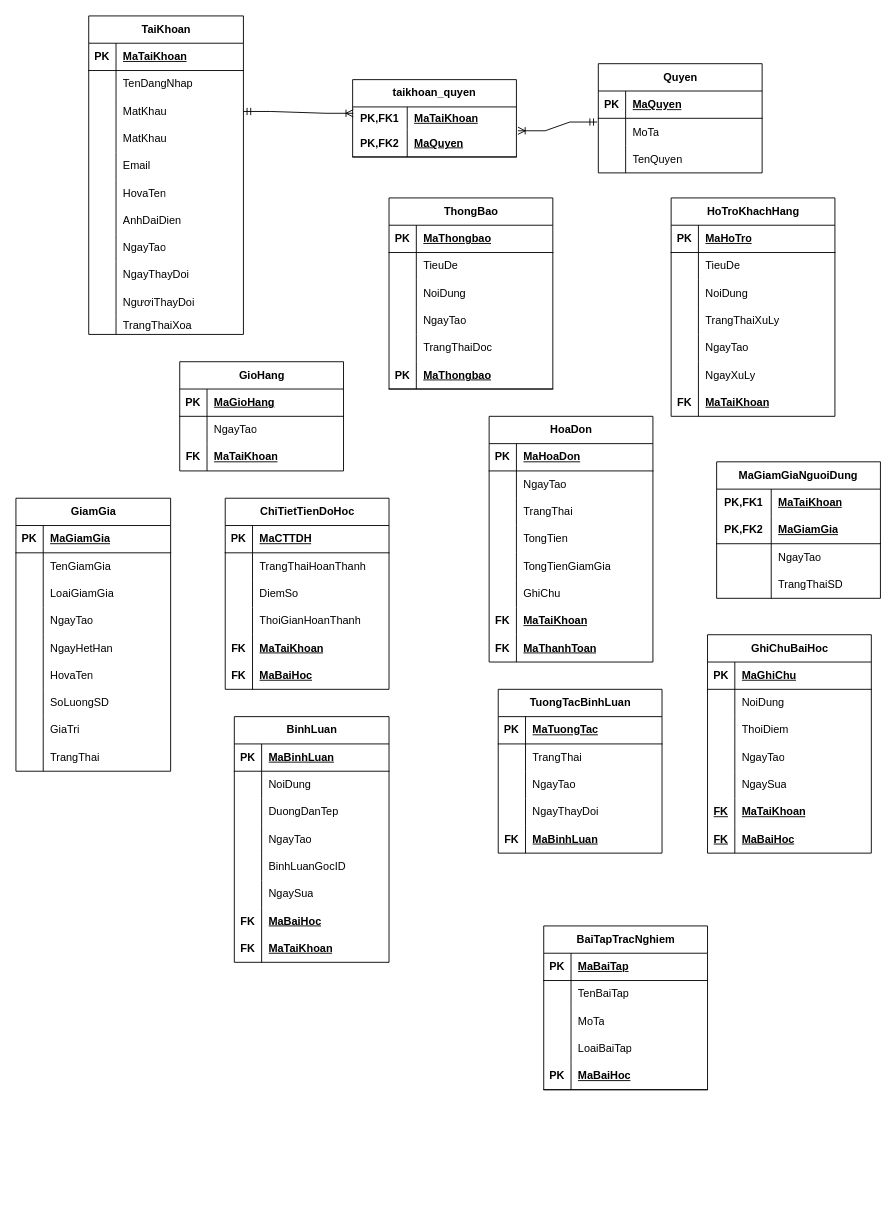
The draw.io diagram eLearningDatabse.drawio in trantrung28122003/database, before the edit. Source tidied: cells renumbered, new cells numbered last; positions are measured from the earlier drawing's top-left corner, leaving out a move shared by most shapes. Both pictures are drawn from the tidied source at 91%, with x=0, y=0 at pixel (15, 15).
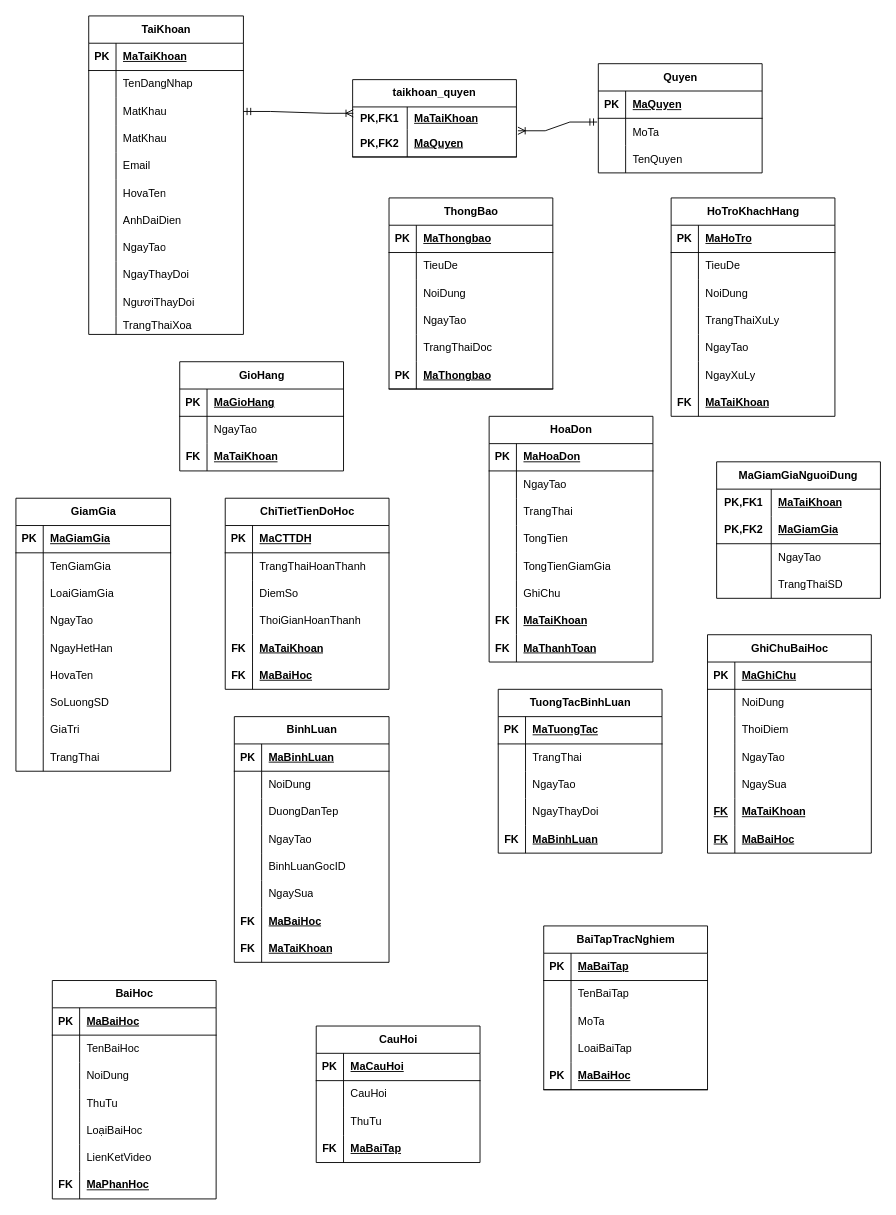
The same page after the edit.

Commit message (it also covers changes not shown here):
Cập nhật eLearningDatabse.drawio

Change to the diagram source:
```diff
@@
+    <mxCell id="270" value="BaiHoc" style="shape=table;startSize=30;childLayout=tableLayout;rowLines=0;fontStyle=1;align=center;html=1;" parent="1" vertex="1">
+      <mxGeometry x="40" y="1060" width="180" height="240" as="geometry" />
+    </mxCell>
+    <mxCell id="271" style="shape=tableRow;horizontal=0;startSize=0;swimlaneHead=0;swimlaneBody=0;fillColor=none;top=0;left=0;right=0;bottom=1;" parent="270" vertex="1">
+      <mxGeometry y="30" width="180" height="30" as="geometry" />
+    </mxCell>
+    <mxCell id="272" value="PK" style="shape=partialRectangle;fillColor=none;top=0;left=0;bottom=0;right=0;fontStyle=1;overflow=hidden;whiteSpace=wrap;html=1;" parent="271" vertex="1">
+      <mxGeometry width="30" height="30" as="geometry" />
+    </mxCell>
+    <mxCell id="273" value="MaBaiHoc" style="shape=partialRectangle;fillColor=none;top=0;left=0;bottom=0;right=0;align=left;spacingLeft=6;fontStyle=5;overflow=hidden;whiteSpace=wrap;html=1;" parent="271" vertex="1">
+      <mxGeometry x="30" width="150" height="30" as="geometry" />
+    </mxCell>
+    <mxCell id="274" style="shape=tableRow;horizontal=0;startSize=0;swimlaneHead=0;swimlaneBody=0;fillColor=none;top=0;left=0;right=0;bottom=0;" parent="270" vertex="1">
+      <mxGeometry y="60" width="180" height="30" as="geometry" />
+    </mxCell>
+    <mxCell id="275" style="shape=partialRectangle;fillColor=none;top=0;left=0;bottom=0;right=0;overflow=hidden;whiteSpace=wrap;html=1;" parent="274" vertex="1">
+      <mxGeometry width="30" height="30" as="geometry" />
+    </mxCell>
+    <mxCell id="276" value="TenBaiHoc" style="shape=partialRectangle;fillColor=none;top=0;left=0;bottom=0;right=0;align=left;spacingLeft=6;overflow=hidden;whiteSpace=wrap;html=1;" parent="274" vertex="1">
+      <mxGeometry x="30" width="150" height="30" as="geometry" />
+    </mxCell>
+    <mxCell id="277" style="shape=tableRow;horizontal=0;startSize=0;swimlaneHead=0;swimlaneBody=0;fillColor=none;top=0;left=0;right=0;bottom=0;" parent="270" vertex="1">
+      <mxGeometry y="90" width="180" height="30" as="geometry" />
+    </mxCell>
+    <mxCell id="278" style="shape=partialRectangle;fillColor=none;top=0;left=0;bottom=0;right=0;overflow=hidden;whiteSpace=wrap;html=1;" parent="277" vertex="1">
+      <mxGeometry width="30" height="30" as="geometry" />
+    </mxCell>
+    <mxCell id="279" value="NoiDung" style="shape=partialRectangle;fillColor=none;top=0;left=0;bottom=0;right=0;align=left;spacingLeft=6;overflow=hidden;whiteSpace=wrap;html=1;" parent="277" vertex="1">
+      <mxGeometry x="30" width="150" height="30" as="geometry" />
+    </mxCell>
+    <mxCell id="280" style="shape=tableRow;horizontal=0;startSize=0;swimlaneHead=0;swimlaneBody=0;fillColor=none;top=0;left=0;right=0;bottom=0;" parent="270" vertex="1">
+      <mxGeometry y="120" width="180" height="30" as="geometry" />
+    </mxCell>
+    <mxCell id="281" style="shape=partialRectangle;fillColor=none;top=0;left=0;bottom=0;right=0;overflow=hidden;whiteSpace=wrap;html=1;" parent="280" vertex="1">
+      <mxGeometry width="30" height="30" as="geometry" />
+    </mxCell>
+    <mxCell id="282" value="ThuTu" style="shape=partialRectangle;fillColor=none;top=0;left=0;bottom=0;right=0;align=left;spacingLeft=6;overflow=hidden;whiteSpace=wrap;html=1;" parent="280" vertex="1">
+      <mxGeometry x="30" width="150" height="30" as="geometry" />
+    </mxCell>
+    <mxCell id="283" style="shape=tableRow;horizontal=0;startSize=0;swimlaneHead=0;swimlaneBody=0;fillColor=none;top=0;left=0;right=0;bottom=0;" parent="270" vertex="1">
+      <mxGeometry y="150" width="180" height="30" as="geometry" />
+    </mxCell>
+    <mxCell id="284" style="shape=partialRectangle;fillColor=none;top=0;left=0;bottom=0;right=0;overflow=hidden;whiteSpace=wrap;html=1;" parent="283" vertex="1">
+      <mxGeometry width="30" height="30" as="geometry" />
+    </mxCell>
+    <mxCell id="285" value="LoạiBaiHoc" style="shape=partialRectangle;fillColor=none;top=0;left=0;bottom=0;right=0;align=left;spacingLeft=6;overflow=hidden;whiteSpace=wrap;html=1;" parent="283" vertex="1">
+      <mxGeometry x="30" width="150" height="30" as="geometry" />
+    </mxCell>
+    <mxCell id="286" style="shape=tableRow;horizontal=0;startSize=0;swimlaneHead=0;swimlaneBody=0;fillColor=none;top=0;left=0;right=0;bottom=0;" parent="270" vertex="1">
+      <mxGeometry y="180" width="180" height="30" as="geometry" />
+    </mxCell>
+    <mxCell id="287" style="shape=partialRectangle;fillColor=none;top=0;left=0;bottom=0;right=0;overflow=hidden;whiteSpace=wrap;html=1;" parent="286" vertex="1">
+      <mxGeometry width="30" height="30" as="geometry" />
+    </mxCell>
+    <mxCell id="288" value="LienKetVideo" style="shape=partialRectangle;fillColor=none;top=0;left=0;bottom=0;right=0;align=left;spacingLeft=6;overflow=hidden;whiteSpace=wrap;html=1;" parent="286" vertex="1">
+      <mxGeometry x="30" width="150" height="30" as="geometry" />
+    </mxCell>
+    <mxCell id="289" style="shape=tableRow;horizontal=0;startSize=0;swimlaneHead=0;swimlaneBody=0;fillColor=none;top=0;left=0;right=0;bottom=0;" parent="270" vertex="1">
+      <mxGeometry y="210" width="180" height="30" as="geometry" />
+    </mxCell>
+    <mxCell id="290" value="&lt;b&gt;FK&lt;/b&gt;" style="shape=partialRectangle;fillColor=none;top=0;left=0;bottom=0;right=0;overflow=hidden;whiteSpace=wrap;html=1;" parent="289" vertex="1">
+      <mxGeometry width="30" height="30" as="geometry" />
+    </mxCell>
+    <mxCell id="291" value="&lt;b&gt;&lt;u&gt;MaPhanHoc&lt;/u&gt;&lt;/b&gt;" style="shape=partialRectangle;fillColor=none;top=0;left=0;bottom=0;right=0;align=left;spacingLeft=6;overflow=hidden;whiteSpace=wrap;html=1;" parent="289" vertex="1">
+      <mxGeometry x="30" width="150" height="30" as="geometry" />
+    </mxCell>
+    <mxCell id="292" value="CauHoi" style="shape=table;startSize=30;childLayout=tableLayout;rowLines=0;fontStyle=1;align=center;html=1;" parent="1" vertex="1">
+      <mxGeometry x="330" y="1110" width="180" height="150" as="geometry" />
+    </mxCell>
+    <mxCell id="293" style="shape=tableRow;horizontal=0;startSize=0;swimlaneHead=0;swimlaneBody=0;fillColor=none;top=0;left=0;right=0;bottom=1;" parent="292" vertex="1">
+      <mxGeometry y="30" width="180" height="30" as="geometry" />
+    </mxCell>
+    <mxCell id="294" value="PK" style="shape=partialRectangle;fillColor=none;top=0;left=0;bottom=0;right=0;fontStyle=1;overflow=hidden;whiteSpace=wrap;html=1;" parent="293" vertex="1">
+      <mxGeometry width="30" height="30" as="geometry" />
+    </mxCell>
+    <mxCell id="295" value="MaCauHoi" style="shape=partialRectangle;fillColor=none;top=0;left=0;bottom=0;right=0;align=left;spacingLeft=6;fontStyle=5;overflow=hidden;whiteSpace=wrap;html=1;" parent="293" vertex="1">
+      <mxGeometry x="30" width="150" height="30" as="geometry" />
+    </mxCell>
+    <mxCell id="296" style="shape=tableRow;horizontal=0;startSize=0;swimlaneHead=0;swimlaneBody=0;fillColor=none;top=0;left=0;right=0;bottom=0;" parent="292" vertex="1">
+      <mxGeometry y="60" width="180" height="30" as="geometry" />
+    </mxCell>
+    <mxCell id="297" style="shape=partialRectangle;fillColor=none;top=0;left=0;bottom=0;right=0;overflow=hidden;whiteSpace=wrap;html=1;" parent="296" vertex="1">
+      <mxGeometry width="30" height="30" as="geometry" />
+    </mxCell>
+    <mxCell id="298" value="CauHoi" style="shape=partialRectangle;fillColor=none;top=0;left=0;bottom=0;right=0;align=left;spacingLeft=6;overflow=hidden;whiteSpace=wrap;html=1;" parent="296" vertex="1">
+      <mxGeometry x="30" width="150" height="30" as="geometry" />
+    </mxCell>
+    <mxCell id="299" style="shape=tableRow;horizontal=0;startSize=0;swimlaneHead=0;swimlaneBody=0;fillColor=none;top=0;left=0;right=0;bottom=0;" parent="292" vertex="1">
+      <mxGeometry y="90" width="180" height="30" as="geometry" />
+    </mxCell>
+    <mxCell id="300" style="shape=partialRectangle;fillColor=none;top=0;left=0;bottom=0;right=0;overflow=hidden;whiteSpace=wrap;html=1;" parent="299" vertex="1">
+      <mxGeometry width="30" height="30" as="geometry" />
+    </mxCell>
+    <mxCell id="301" value="ThuTu" style="shape=partialRectangle;fillColor=none;top=0;left=0;bottom=0;right=0;align=left;spacingLeft=6;overflow=hidden;whiteSpace=wrap;html=1;" parent="299" vertex="1">
+      <mxGeometry x="30" width="150" height="30" as="geometry" />
+    </mxCell>
+    <mxCell id="302" style="shape=tableRow;horizontal=0;startSize=0;swimlaneHead=0;swimlaneBody=0;fillColor=none;top=0;left=0;right=0;bottom=0;" parent="292" vertex="1">
+      <mxGeometry y="120" width="180" height="30" as="geometry" />
+    </mxCell>
+    <mxCell id="303" value="&lt;b&gt;FK&lt;/b&gt;" style="shape=partialRectangle;fillColor=none;top=0;left=0;bottom=0;right=0;overflow=hidden;whiteSpace=wrap;html=1;" parent="302" vertex="1">
+      <mxGeometry width="30" height="30" as="geometry" />
+    </mxCell>
+    <mxCell id="304" value="&lt;b&gt;&lt;u&gt;MaBaiTap&lt;/u&gt;&lt;/b&gt;" style="shape=partialRectangle;fillColor=none;top=0;left=0;bottom=0;right=0;align=left;spacingLeft=6;overflow=hidden;whiteSpace=wrap;html=1;" parent="302" vertex="1">
+      <mxGeometry x="30" width="150" height="30" as="geometry" />
+    </mxCell>
```
